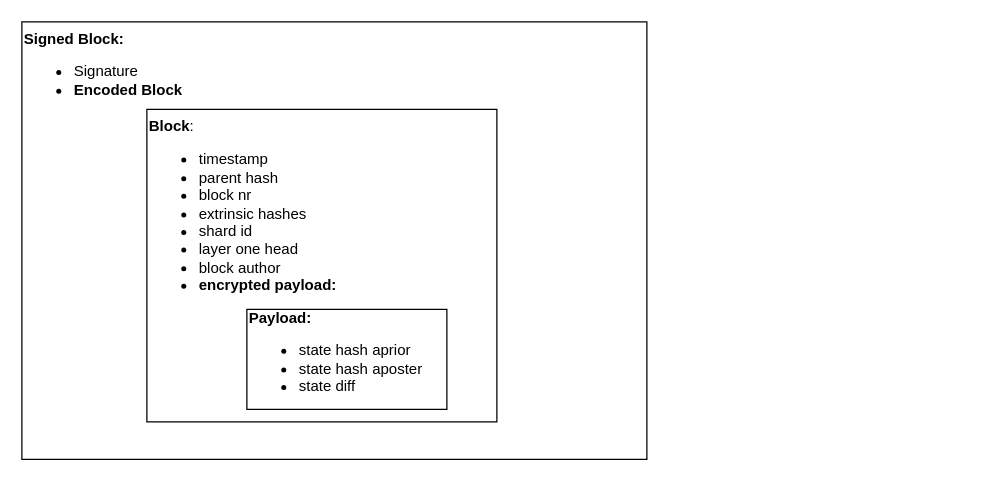
haerdib/substraTEE_diagramms keeps this draw.io diagram as BlockStructure.drawio. Above is the earlier version. Source tidied: cells renumbered, new cells numbered last; positions are measured from the earlier drawing's top-left corner, leaving out a move shared by most shapes. Both pictures are drawn from the tidied source at 125%, with x=0, y=0 at pixel (21, 21).
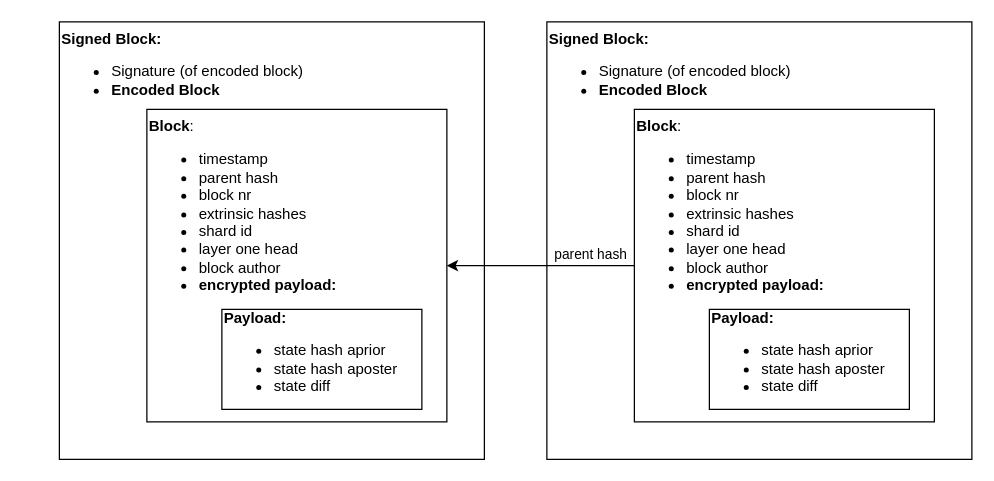
The same page after the edit.

What changed in the source:
```diff
@@
 <mxGraphModel>
   <root>
     <mxCell id="0" />
     <mxCell id="1" parent="0" />
-    <mxCell id="2" value="&lt;div&gt;&lt;b&gt;Signed Block:&lt;/b&gt;&lt;/div&gt;&lt;div&gt;&lt;ul&gt;&lt;li&gt;Signature&lt;/li&gt;&lt;li&gt;&lt;b&gt;Encoded Block&lt;/b&gt;&lt;/li&gt;&lt;/ul&gt;&lt;/div&gt;" style="rounded=0;whiteSpace=wrap;html=1;align=left;verticalAlign=top;" parent="1" vertex="1">
-      <mxGeometry width="500" height="350" as="geometry" />
+    <mxCell id="2" value="&lt;div&gt;&lt;b&gt;Signed Block:&lt;/b&gt;&lt;/div&gt;&lt;div&gt;&lt;ul&gt;&lt;li&gt;Signature (of encoded block)&lt;br&gt;&lt;/li&gt;&lt;li&gt;&lt;b&gt;Encoded Block&lt;/b&gt;&lt;/li&gt;&lt;/ul&gt;&lt;/div&gt;" style="rounded=0;whiteSpace=wrap;html=1;align=left;verticalAlign=top;" parent="1" vertex="1">
+      <mxGeometry x="30" width="340" height="350" as="geometry" />
     </mxCell>
     <mxCell id="3" value="&lt;div align=&quot;left&quot;&gt;&lt;b&gt;Block&lt;/b&gt;:&lt;br&gt;&lt;ul&gt;&lt;li&gt;timestamp&lt;/li&gt;&lt;li&gt;parent hash&lt;/li&gt;&lt;li&gt;block nr&lt;/li&gt;&lt;li&gt;extrinsic hashes&lt;/li&gt;&lt;li&gt;shard id&lt;/li&gt;&lt;li&gt;layer one head&lt;/li&gt;&lt;li&gt;block author&lt;/li&gt;&lt;li&gt;&lt;b&gt;encrypted payload:&lt;/b&gt;&lt;/li&gt;&lt;/ul&gt;&lt;/div&gt;" style="rounded=0;whiteSpace=wrap;html=1;align=left;verticalAlign=top;" parent="1" vertex="1">
-      <mxGeometry x="100" y="70" width="280" height="250" as="geometry" />
+      <mxGeometry x="100" y="70" width="240" height="250" as="geometry" />
     </mxCell>
     <mxCell id="4" value="&lt;div align=&quot;left&quot;&gt;&lt;b&gt;Payload:&lt;/b&gt;&lt;/div&gt;&lt;ul&gt;&lt;li&gt;state hash aprior&lt;/li&gt;&lt;li&gt;state hash aposter&lt;/li&gt;&lt;li&gt;state diff&lt;/li&gt;&lt;/ul&gt;" style="rounded=0;whiteSpace=wrap;html=1;align=left;" parent="1" vertex="1">
-      <mxGeometry x="180" y="230" width="160" height="80" as="geometry" />
+      <mxGeometry x="160" y="230" width="160" height="80" as="geometry" />
     </mxCell>
+    <mxCell id="5" value="&lt;div&gt;&lt;b&gt;Signed Block:&lt;/b&gt;&lt;/div&gt;&lt;div&gt;&lt;ul&gt;&lt;li&gt;Signature (of encoded block)&lt;/li&gt;&lt;li&gt;&lt;b&gt;Encoded Block&lt;/b&gt;&lt;/li&gt;&lt;/ul&gt;&lt;/div&gt;" style="rounded=0;whiteSpace=wrap;html=1;align=left;verticalAlign=top;" parent="1" vertex="1">
+      <mxGeometry x="420" width="340" height="350" as="geometry" />
+    </mxCell>
+    <mxCell id="6" value="&lt;div align=&quot;left&quot;&gt;&lt;b&gt;Block&lt;/b&gt;:&lt;br&gt;&lt;ul&gt;&lt;li&gt;timestamp&lt;/li&gt;&lt;li&gt;parent hash&lt;/li&gt;&lt;li&gt;block nr&lt;/li&gt;&lt;li&gt;extrinsic hashes&lt;/li&gt;&lt;li&gt;shard id&lt;/li&gt;&lt;li&gt;layer one head&lt;/li&gt;&lt;li&gt;block author&lt;/li&gt;&lt;li&gt;&lt;b&gt;encrypted payload:&lt;/b&gt;&lt;/li&gt;&lt;/ul&gt;&lt;/div&gt;" style="rounded=0;whiteSpace=wrap;html=1;align=left;verticalAlign=top;" parent="1" vertex="1">
+      <mxGeometry x="490" y="70" width="240" height="250" as="geometry" />
+    </mxCell>
+    <mxCell id="7" value="&lt;div align=&quot;left&quot;&gt;&lt;b&gt;Payload:&lt;/b&gt;&lt;/div&gt;&lt;ul&gt;&lt;li&gt;state hash aprior&lt;/li&gt;&lt;li&gt;state hash aposter&lt;/li&gt;&lt;li&gt;state diff&lt;/li&gt;&lt;/ul&gt;" style="rounded=0;whiteSpace=wrap;html=1;align=left;" parent="1" vertex="1">
+      <mxGeometry x="550" y="230" width="160" height="80" as="geometry" />
+    </mxCell>
+    <mxCell id="8" style="endArrow=classic;html=1;" parent="1" edge="1" source="6" target="3">
+      <mxGeometry relative="1" as="geometry" />
+    </mxCell>
+    <mxCell id="9" value="parent hash" style="edgeLabel;html=1;align=center;verticalAlign=middle;" parent="8" vertex="1">
+      <mxGeometry x="0.23" y="-2" relative="1" as="geometry">
+        <mxPoint x="56.4" y="-8" as="offset" />
+      </mxGeometry>
+    </mxCell>
   </root>
 </mxGraphModel>
```
